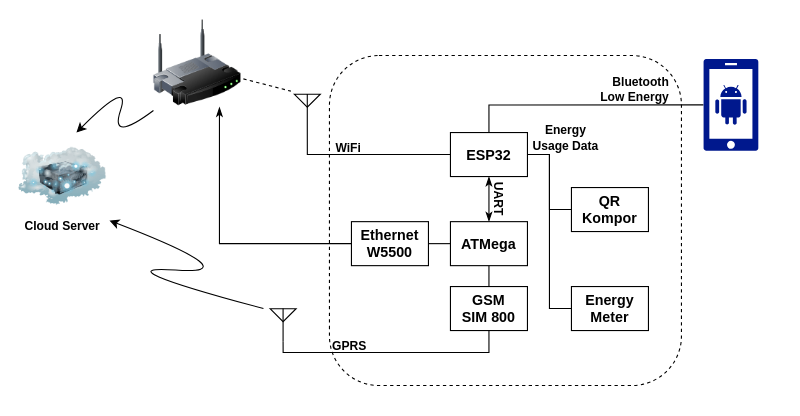
Earlier version of the draw.io diagram page "PV Unit System" (1 of 2) of PVUnitSystem.drawio (ramadhanafif/photovoltaic_xdp). Source tidied: cells renumbered, new cells numbered last; positions are measured from the earlier drawing's top-left corner, leaving out a move shared by most shapes. Both pictures are drawn from the tidied source at 110%, with x=0, y=0 at pixel (19, 19).
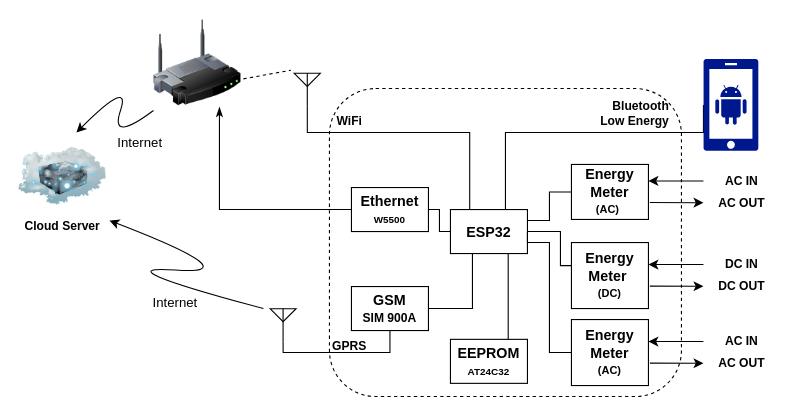
The same diagram, later.

The change refers to these unchanged cells:
```xml
<mxCell id="15" style="verticalLabelPosition=bottom;shadow=0;dashed=0;align=center;html=1;verticalAlign=top;shape=mxgraph.electrical.radio.aerial_-_antenna_2;fontSize=13;" parent="1" vertex="1">
  <mxGeometry x="228" y="263" width="23.7" height="30" as="geometry" />
</mxCell>
<mxCell id="19" style="image;html=1;image=img/lib/clip_art/networking/Wireless_Router_128x128.png;fontSize=11;" parent="1" vertex="1">
  <mxGeometry x="122" y="-0.2" width="80" height="80" as="geometry" />
</mxCell>
<mxCell id="27" style="sketch=0;shadow=0;dashed=0;html=1;strokeColor=none;labelPosition=center;verticalLabelPosition=bottom;verticalAlign=top;align=center;fillColor=#00188D;shape=mxgraph.mscae.enterprise.android_phone;fontSize=11;" parent="1" vertex="1">
  <mxGeometry x="622" y="36.2" width="50" height="83.3" as="geometry" />
</mxCell>
```

What changed in the source:
```diff
@@
     <mxCell id="2" style="rounded=1;whiteSpace=wrap;html=1;fontSize=11;dashed=1;fillColor=none;" parent="1" vertex="1">
-      <mxGeometry x="282" y="33" width="320" height="300" as="geometry" />
+      <mxGeometry x="282" y="63" width="320" height="280" as="geometry" />
     </mxCell>
-    <mxCell id="3" style="edgeStyle=orthogonalEdgeStyle;rounded=0;jettySize=auto;html=1;exitX=0.5;exitY=1;exitDx=0;exitDy=0;entryX=0.5;entryY=0;entryDx=0;entryDy=0;endArrow=classicThin;endFill=1;fontStyle=1;fontSize=13;startArrow=classicThin;startFill=1;" parent="1" edge="1" source="7" target="9">
-      <mxGeometry relative="1" as="geometry" />
-    </mxCell>
-    <mxCell id="4" style="edgeStyle=orthogonalEdgeStyle;rounded=0;jettySize=auto;html=1;exitX=1;exitY=0.5;exitDx=0;exitDy=0;fontSize=11;endArrow=none;endFill=0;entryX=0.5;entryY=1;entryDx=0;entryDy=0;entryPerimeter=0;" parent="1" edge="1" target="17">
+    <mxCell id="4" style="edgeStyle=orthogonalEdgeStyle;rounded=0;jettySize=auto;html=1;exitX=0.25;exitY=0;exitDx=0;exitDy=0;fontSize=11;endArrow=none;endFill=0;entryX=0.5;entryY=1;entryDx=0;entryDy=0;entryPerimeter=0;" parent="1" edge="1" source="7" target="17">
       <mxGeometry relative="1" as="geometry">
-        <mxPoint x="452" y="123" as="sourcePoint" />
         <Array as="points">
-          <mxPoint x="262" y="123" />
-          <mxPoint x="262" y="98" />
+          <mxPoint x="410" y="103" />
+          <mxPoint x="262" y="103" />
         </Array>
       </mxGeometry>
     </mxCell>
     <mxCell id="5" style="edgeStyle=orthogonalEdgeStyle;rounded=0;jettySize=auto;html=1;exitX=1;exitY=0.5;exitDx=0;exitDy=0;entryX=0;entryY=0.5;entryDx=0;entryDy=0;fontSize=11;endArrow=none;endFill=0;" parent="1" edge="1" source="7" target="21">
-      <mxGeometry relative="1" as="geometry" />
+      <mxGeometry relative="1" as="geometry">
+        <Array as="points">
+          <mxPoint x="462" y="183" />
+          <mxPoint x="482" y="183" />
+          <mxPoint x="482" y="157" />
+        </Array>
+      </mxGeometry>
     </mxCell>
     <mxCell id="6" style="edgeStyle=orthogonalEdgeStyle;rounded=0;jettySize=auto;html=1;exitX=0.5;exitY=0;exitDx=0;exitDy=0;entryX=0;entryY=0.5;entryDx=0;entryDy=0;entryPerimeter=0;fontSize=11;endArrow=none;endFill=0;" parent="1" edge="1" source="7" target="27">
-      <mxGeometry relative="1" as="geometry" />
+      <mxGeometry relative="1" as="geometry">
+        <Array as="points">
+          <mxPoint x="442" y="173" />
+          <mxPoint x="442" y="103" />
+          <mxPoint x="622" y="103" />
+        </Array>
+      </mxGeometry>
     </mxCell>
     <mxCell id="7" value="ESP32" style="rounded=0;whiteSpace=wrap;html=1;fontStyle=1;fontSize=13;" parent="1" vertex="1">
-      <mxGeometry x="392" y="103" width="70" height="40" as="geometry" />
+      <mxGeometry x="392" y="173" width="70" height="40" as="geometry" />
     </mxCell>
-    <mxCell id="8" style="edgeStyle=orthogonalEdgeStyle;rounded=0;jettySize=auto;html=1;exitX=0.5;exitY=1;exitDx=0;exitDy=0;entryX=0.5;entryY=0;entryDx=0;entryDy=0;fontSize=13;endArrow=none;endFill=0;" parent="1" edge="1" source="9" target="11">
-      <mxGeometry relative="1" as="geometry">
-        <Array as="points">
-          <mxPoint x="427" y="253" />
-          <mxPoint x="427" y="253" />
-        </Array>
-      </mxGeometry>
-    </mxCell>
-    <mxCell id="9" value="ATMega" style="rounded=0;whiteSpace=wrap;html=1;fontStyle=1;fontSize=13;" parent="1" vertex="1">
-      <mxGeometry x="392" y="184" width="70" height="40" as="geometry" />
-    </mxCell>
     <mxCell id="10" style="edgeStyle=orthogonalEdgeStyle;rounded=0;jettySize=auto;html=1;exitX=0.5;exitY=1;exitDx=0;exitDy=0;entryX=0.5;entryY=1;entryDx=0;entryDy=0;entryPerimeter=0;fontSize=11;startArrow=none;startFill=0;endArrow=none;endFill=0;" parent="1" edge="1" source="11" target="15">
       <mxGeometry relative="1" as="geometry">
         <Array as="points">
-          <mxPoint x="427" y="303" />
+          <mxPoint x="337" y="303" />
           <mxPoint x="240" y="303" />
         </Array>
       </mxGeometry>
     </mxCell>
+    <mxCell id="32" style="edgeStyle=orthogonalEdgeStyle;rounded=0;jettySize=auto;html=1;exitX=1;exitY=0.5;exitDx=0;exitDy=0;endArrow=none;endFill=0;" parent="1" edge="1" source="11">
+      <mxGeometry relative="1" as="geometry">
+        <mxPoint x="412" y="213" as="targetPoint" />
+        <Array as="points">
+          <mxPoint x="412" y="263" />
+        </Array>
+      </mxGeometry>
+    </mxCell>
-    <mxCell id="11" value="GSM&lt;br&gt;SIM 800" style="rounded=0;whiteSpace=wrap;html=1;fontStyle=1;fontSize=13;" parent="1" vertex="1">
-      <mxGeometry x="392" y="243" width="70" height="40" as="geometry" />
+    <mxCell id="11" value="GSM&lt;br&gt;&lt;font style=&quot;font-size: 11px;&quot;&gt;SIM 900A&lt;/font&gt;" style="rounded=0;whiteSpace=wrap;html=1;fontStyle=1;fontSize=13;" parent="1" vertex="1">
+      <mxGeometry x="302" y="243" width="70" height="40" as="geometry" />
     </mxCell>
-    <mxCell id="12" style="edgeStyle=orthogonalEdgeStyle;rounded=0;jettySize=auto;html=1;exitX=1;exitY=0.5;exitDx=0;exitDy=0;entryX=0;entryY=0.5;entryDx=0;entryDy=0;fontSize=13;endArrow=none;endFill=0;" parent="1" edge="1" source="14" target="9">
-      <mxGeometry relative="1" as="geometry" />
+    <mxCell id="12" style="edgeStyle=orthogonalEdgeStyle;rounded=0;jettySize=auto;html=1;exitX=1;exitY=0.5;exitDx=0;exitDy=0;fontSize=13;endArrow=none;endFill=0;entryX=0;entryY=0.5;entryDx=0;entryDy=0;" parent="1" edge="1" source="14" target="7">
+      <mxGeometry relative="1" as="geometry">
+        <Array as="points">
+          <mxPoint x="382" y="173" />
+          <mxPoint x="382" y="193" />
+        </Array>
+      </mxGeometry>
     </mxCell>
     <mxCell id="13" style="edgeStyle=orthogonalEdgeStyle;rounded=0;jettySize=auto;html=1;exitX=0;exitY=0.5;exitDx=0;exitDy=0;fontSize=13;endArrow=classicThin;endFill=1;entryX=0.75;entryY=1;entryDx=0;entryDy=0;" parent="1" edge="1" source="14" target="19">
       <mxGeometry relative="1" as="geometry">
         <Array as="points">
-          <mxPoint x="182" y="204" />
+          <mxPoint x="182" y="173" />
         </Array>
       </mxGeometry>
     </mxCell>
-    <mxCell id="14" value="Ethernet&lt;br&gt;W5500" style="rounded=0;whiteSpace=wrap;html=1;fontStyle=1;fontSize=13;" parent="1" vertex="1">
-      <mxGeometry x="302" y="184" width="70" height="40" as="geometry" />
+    <mxCell id="14" value="Ethernet&lt;br&gt;&lt;font style=&quot;font-size: 9px;&quot;&gt;W5500&lt;/font&gt;" style="rounded=0;whiteSpace=wrap;html=1;fontStyle=1;fontSize=13;" parent="1" vertex="1">
+      <mxGeometry x="302" y="153" width="70" height="40" as="geometry" />
     </mxCell>
@@
-    <mxCell id="16" value="&lt;b&gt;UART&lt;/b&gt;" style="text;html=1;strokeColor=none;fillColor=none;align=center;verticalAlign=middle;whiteSpace=wrap;rounded=0;fontSize=11;rotation=90;" parent="1" vertex="1">
-      <mxGeometry x="419" y="158" width="35" height="11" as="geometry" />
-    </mxCell>
     <mxCell id="17" style="verticalLabelPosition=bottom;shadow=0;dashed=0;align=center;html=1;verticalAlign=top;shape=mxgraph.electrical.radio.aerial_-_antenna_2;fontSize=13;" parent="1" vertex="1">
-      <mxGeometry x="250" y="68" width="23.7" height="30" as="geometry" />
+      <mxGeometry x="250" y="49" width="23.7" height="30" as="geometry" />
     </mxCell>
     <mxCell id="18" value="&lt;b&gt;WiFi&lt;/b&gt;" style="text;html=1;strokeColor=none;fillColor=none;align=center;verticalAlign=middle;whiteSpace=wrap;rounded=0;fontSize=11;rotation=0;" parent="1" vertex="1">
-      <mxGeometry x="282" y="111" width="35" height="11" as="geometry" />
+      <mxGeometry x="283" y="87" width="35" height="11" as="geometry" />
     </mxCell>
@@
-    <mxCell id="21" value="QR Kompor" style="rounded=0;whiteSpace=wrap;html=1;fontStyle=1;fontSize=13;" parent="1" vertex="1">
-      <mxGeometry x="502" y="153" width="70" height="40" as="geometry" />
+    <mxCell id="21" value="Energy Meter &lt;br&gt;&lt;font style=&quot;font-size: 10px;&quot;&gt;(AC)&lt;/font&gt;&amp;nbsp;" style="rounded=0;whiteSpace=wrap;html=1;fontStyle=1;fontSize=13;" parent="1" vertex="1">
+      <mxGeometry x="502" y="132" width="70" height="50" as="geometry" />
     </mxCell>
-    <mxCell id="22" style="edgeStyle=orthogonalEdgeStyle;rounded=0;jettySize=auto;html=1;exitX=0;exitY=0.5;exitDx=0;exitDy=0;entryX=1;entryY=0.5;entryDx=0;entryDy=0;fontSize=11;endArrow=none;endFill=0;" parent="1" edge="1" source="23" target="7">
-      <mxGeometry relative="1" as="geometry" />
+    <mxCell id="22" style="edgeStyle=orthogonalEdgeStyle;rounded=0;jettySize=auto;html=1;exitX=0.019;exitY=0.427;exitDx=0;exitDy=0;entryX=1;entryY=0.5;entryDx=0;entryDy=0;fontSize=11;endArrow=none;endFill=0;exitPerimeter=0;" parent="1" edge="1" source="35" target="7">
+      <mxGeometry relative="1" as="geometry">
+        <Array as="points">
+          <mxPoint x="503" y="224" />
+          <mxPoint x="492" y="224" />
+          <mxPoint x="492" y="193" />
+        </Array>
+      </mxGeometry>
     </mxCell>
-    <mxCell id="23" value="Energy Meter" style="rounded=0;whiteSpace=wrap;html=1;fontStyle=1;fontSize=13;" parent="1" vertex="1">
-      <mxGeometry x="502" y="243" width="70" height="40" as="geometry" />
-    </mxCell>
@@
-    <mxCell id="26" value="&lt;b&gt;Energy Usage Data&lt;/b&gt;" style="text;html=1;strokeColor=none;fillColor=none;align=center;verticalAlign=middle;whiteSpace=wrap;rounded=0;fontSize=11;rotation=0;" parent="1" vertex="1">
-      <mxGeometry x="462" y="98" width="70" height="20" as="geometry" />
-    </mxCell>
@@
     <mxCell id="28" value="&lt;b&gt;Bluetooth Low Energy&lt;/b&gt;" style="text;html=1;strokeColor=none;fillColor=none;align=right;verticalAlign=middle;whiteSpace=wrap;rounded=0;fontSize=11;rotation=0;direction=west;" parent="1" vertex="1">
-      <mxGeometry x="518" y="52.2" width="75" height="23.5" as="geometry" />
+      <mxGeometry x="518" y="74.5" width="75" height="23.5" as="geometry" />
     </mxCell>
@@
+    <mxCell id="33" value="Internet" style="text;html=1;strokeColor=none;fillColor=none;align=center;verticalAlign=middle;whiteSpace=wrap;rounded=0;" parent="1" vertex="1">
+      <mxGeometry x="79.5" y="98" width="60" height="30" as="geometry" />
+    </mxCell>
+    <mxCell id="34" value="Internet" style="text;html=1;strokeColor=none;fillColor=none;align=center;verticalAlign=middle;whiteSpace=wrap;rounded=0;" parent="1" vertex="1">
+      <mxGeometry x="112" y="243" width="60" height="30" as="geometry" />
+    </mxCell>
+    <mxCell id="35" value="Energy Meter&amp;nbsp;&lt;br&gt;&lt;span style=&quot;font-size: 10px;&quot;&gt;(DC)&lt;/span&gt;" style="rounded=0;whiteSpace=wrap;html=1;fontStyle=1;fontSize=13;" parent="1" vertex="1">
+      <mxGeometry x="502" y="203" width="70" height="60" as="geometry" />
+    </mxCell>
+    <mxCell id="36" style="edgeStyle=orthogonalEdgeStyle;rounded=0;jettySize=auto;html=1;exitX=0;exitY=0.5;exitDx=0;exitDy=0;entryX=1;entryY=0.5;entryDx=0;entryDy=0;endArrow=none;endFill=0;" parent="1" edge="1" source="37" target="7">
+      <mxGeometry relative="1" as="geometry">
+        <Array as="points">
+          <mxPoint x="482" y="303" />
+          <mxPoint x="482" y="203" />
+          <mxPoint x="462" y="203" />
+        </Array>
+      </mxGeometry>
+    </mxCell>
+    <mxCell id="37" value="Energy Meter&lt;br&gt;&lt;span style=&quot;font-size: 10px;&quot;&gt;(AC)&lt;/span&gt;" style="rounded=0;whiteSpace=wrap;html=1;fontStyle=1;fontSize=13;" parent="1" vertex="1">
+      <mxGeometry x="502" y="273" width="70" height="60" as="geometry" />
+    </mxCell>
+    <mxCell id="38" style="endArrow=classic;html=1;rounded=0;fontSize=9;exitX=0;exitY=0.5;exitDx=0;exitDy=0;entryX=1;entryY=0.3;entryDx=0;entryDy=0;entryPerimeter=0;" parent="1" edge="1" source="39" target="21">
+      <mxGeometry relative="1" as="geometry" />
+    </mxCell>
+    <mxCell id="39" value="&lt;b&gt;AC IN&lt;/b&gt;" style="text;html=1;strokeColor=none;fillColor=none;align=center;verticalAlign=middle;whiteSpace=wrap;rounded=0;fontSize=11;rotation=0;" parent="1" vertex="1">
+      <mxGeometry x="622" y="137" width="70" height="20" as="geometry" />
+    </mxCell>
+    <mxCell id="40" value="&lt;b&gt;AC OUT&lt;/b&gt;" style="text;html=1;strokeColor=none;fillColor=none;align=center;verticalAlign=middle;whiteSpace=wrap;rounded=0;fontSize=11;rotation=0;" parent="1" vertex="1">
+      <mxGeometry x="622" y="157" width="70" height="20" as="geometry" />
+    </mxCell>
+    <mxCell id="41" style="endArrow=classic;html=1;rounded=0;fontSize=9;exitX=1.018;exitY=0.693;exitDx=0;exitDy=0;exitPerimeter=0;" parent="1" edge="1" source="21">
+      <mxGeometry relative="1" as="geometry">
+        <mxPoint x="622" y="166.8" as="targetPoint" />
+      </mxGeometry>
+    </mxCell>
+    <mxCell id="42" style="endArrow=classic;html=1;rounded=0;fontSize=9;exitX=0;exitY=0.5;exitDx=0;exitDy=0;entryX=1;entryY=0.3;entryDx=0;entryDy=0;entryPerimeter=0;" parent="1" edge="1" source="43">
+      <mxGeometry relative="1" as="geometry">
+        <mxPoint x="572" y="293" as="targetPoint" />
+      </mxGeometry>
+    </mxCell>
+    <mxCell id="43" value="&lt;b&gt;AC IN&lt;/b&gt;" style="text;html=1;strokeColor=none;fillColor=none;align=center;verticalAlign=middle;whiteSpace=wrap;rounded=0;fontSize=11;rotation=0;" parent="1" vertex="1">
+      <mxGeometry x="622" y="283" width="70" height="20" as="geometry" />
+    </mxCell>
+    <mxCell id="44" value="&lt;b&gt;AC OUT&lt;/b&gt;" style="text;html=1;strokeColor=none;fillColor=none;align=center;verticalAlign=middle;whiteSpace=wrap;rounded=0;fontSize=11;rotation=0;" parent="1" vertex="1">
+      <mxGeometry x="622" y="303" width="70" height="20" as="geometry" />
+    </mxCell>
+    <mxCell id="45" style="endArrow=classic;html=1;rounded=0;fontSize=9;exitX=1.018;exitY=0.693;exitDx=0;exitDy=0;exitPerimeter=0;" parent="1" edge="1">
+      <mxGeometry relative="1" as="geometry">
+        <mxPoint x="573.3" y="312.6" as="sourcePoint" />
+        <mxPoint x="622" y="312.8" as="targetPoint" />
+      </mxGeometry>
+    </mxCell>
+    <mxCell id="46" style="endArrow=classic;html=1;rounded=0;fontSize=9;exitX=0;exitY=0.5;exitDx=0;exitDy=0;entryX=1;entryY=0.3;entryDx=0;entryDy=0;entryPerimeter=0;" parent="1" edge="1" source="47">
+      <mxGeometry relative="1" as="geometry">
+        <mxPoint x="572" y="223" as="targetPoint" />
+      </mxGeometry>
+    </mxCell>
+    <mxCell id="47" value="&lt;b&gt;DC IN&lt;/b&gt;" style="text;html=1;strokeColor=none;fillColor=none;align=center;verticalAlign=middle;whiteSpace=wrap;rounded=0;fontSize=11;rotation=0;" parent="1" vertex="1">
+      <mxGeometry x="622" y="213" width="70" height="20" as="geometry" />
+    </mxCell>
+    <mxCell id="48" value="&lt;b&gt;DC OUT&lt;/b&gt;" style="text;html=1;strokeColor=none;fillColor=none;align=center;verticalAlign=middle;whiteSpace=wrap;rounded=0;fontSize=11;rotation=0;" parent="1" vertex="1">
+      <mxGeometry x="622" y="233" width="70" height="20" as="geometry" />
+    </mxCell>
+    <mxCell id="49" style="endArrow=classic;html=1;rounded=0;fontSize=9;exitX=1.018;exitY=0.693;exitDx=0;exitDy=0;exitPerimeter=0;" parent="1" edge="1">
+      <mxGeometry relative="1" as="geometry">
+        <mxPoint x="573.3" y="242.6" as="sourcePoint" />
+        <mxPoint x="622" y="242.8" as="targetPoint" />
+      </mxGeometry>
+    </mxCell>
+    <mxCell id="50" value="EEPROM &lt;font style=&quot;font-size: 9px;&quot;&gt;AT24C32&lt;/font&gt;" style="rounded=0;whiteSpace=wrap;html=1;fontStyle=1;fontSize=13;" parent="1" vertex="1">
+      <mxGeometry x="392" y="291" width="70" height="40" as="geometry" />
+    </mxCell>
+    <mxCell id="51" style="endArrow=none;html=1;rounded=0;fontSize=10;exitX=0.75;exitY=1;exitDx=0;exitDy=0;entryX=0.75;entryY=0;entryDx=0;entryDy=0;endFill=0;" parent="1" edge="1" source="7" target="50">
+      <mxGeometry relative="1" as="geometry" />
+    </mxCell>
```
